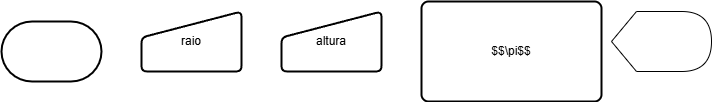
The draw.io diagram Parte-1/Atividade3.png in kf-martins-uel/algoritmos-atividade1, before a commit. Source tidied: cells renumbered, new cells last; positions are measured from the earlier drawing's top-left corner, leaving out a move shared by most shapes.
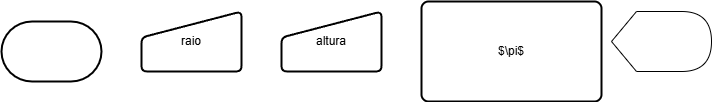
After the change.

Change to the diagram source:
```diff
@@ -14,7 +14,7 @@
     <mxCell id="5" value="altura" style="html=1;strokeWidth=2;shape=manualInput;whiteSpace=wrap;rounded=1;size=26;arcSize=11;" parent="1" vertex="1">
       <mxGeometry x="280" y="10" width="100" height="60" as="geometry" />
     </mxCell>
-    <mxCell id="6" value="$$\pi&lt;span style=&quot;background-color: transparent; color: light-dark(rgb(0, 0, 0), rgb(255, 255, 255));&quot;&gt;$$&lt;/span&gt;" style="rounded=1;whiteSpace=wrap;html=1;absoluteArcSize=1;arcSize=14;strokeWidth=2;" parent="1" vertex="1">
+    <mxCell id="6" value="$\pi$" style="rounded=1;whiteSpace=wrap;html=1;absoluteArcSize=1;arcSize=14;strokeWidth=2;" parent="1" vertex="1">
       <mxGeometry x="420" width="180" height="100" as="geometry" />
     </mxCell>
   </root>
```
